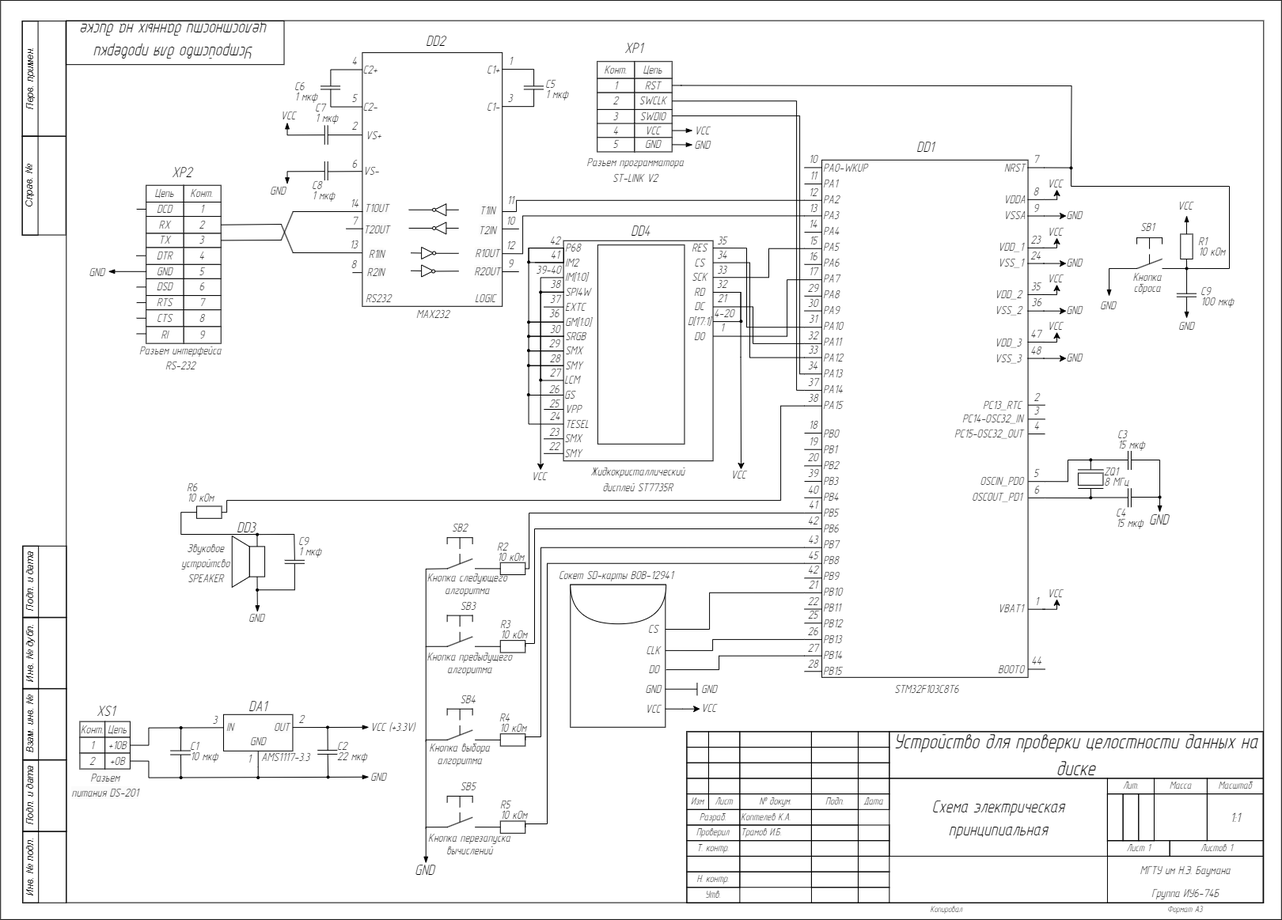
The draw.io diagram scheme/image/principial_scheme.drawio.png in kiryuha21/KoptelevKA.ICS6-74B.2023, before a commit. Source tidied: cells renumbered, new cells last; positions are measured from the earlier drawing's top-left corner, leaving out a move shared by most shapes.
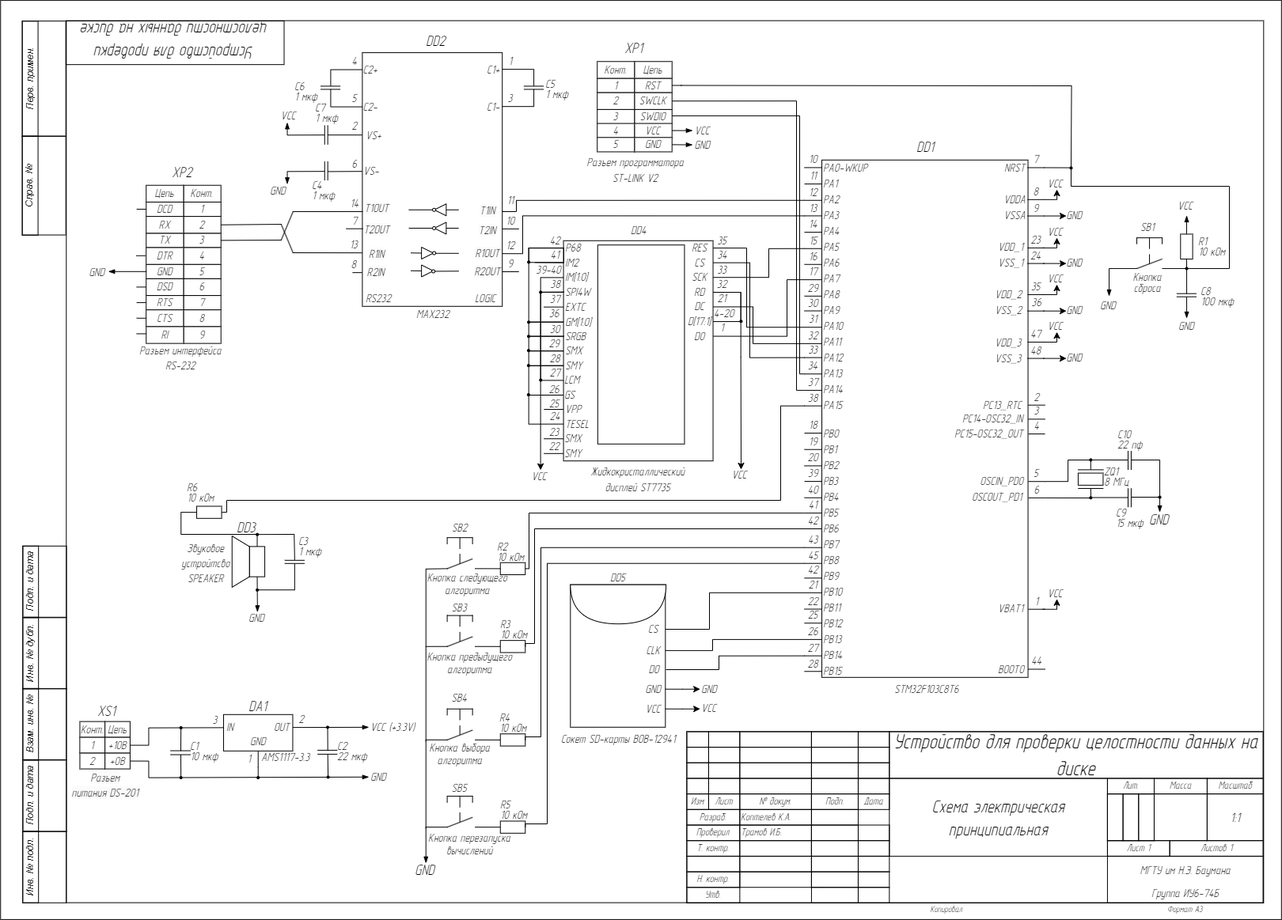
Later version of the same file.

What changed in the source:
```diff
@@ -365,10 +365,10 @@
     <mxCell id="102" style="ellipse;whiteSpace=wrap;html=1;fillColor=#000000;fontStyle=2;" parent="1" vertex="1">
       <mxGeometry x="1498.6" y="626.5" width="3" height="3" as="geometry" />
     </mxCell>
-    <mxCell id="103" value="&lt;p style=&quot;line-height: 80%;&quot;&gt;&lt;i&gt;&lt;font face=&quot;GOSTRUS Type A&quot;&gt;&lt;font style=&quot;font-size: 16px;&quot;&gt;C3&lt;/font&gt;&lt;br&gt;15 мкф&lt;/font&gt;&lt;/i&gt;&lt;/p&gt;" style="text;html=1;strokeColor=none;fillColor=none;align=left;verticalAlign=middle;whiteSpace=wrap;rounded=0;fontSize=16;fontFamily=GOSTRUS Type A;" parent="1" vertex="1">
-      <mxGeometry x="1445.1" y="540.8" width="36.6" height="27.6" as="geometry" />
+    <mxCell id="103" value="&lt;p style=&quot;line-height: 80%;&quot;&gt;&lt;i&gt;&lt;font face=&quot;GOSTRUS Type A&quot;&gt;&lt;font style=&quot;font-size: 16px;&quot;&gt;C10&lt;/font&gt;&lt;br&gt;22 пф&lt;/font&gt;&lt;/i&gt;&lt;/p&gt;" style="text;html=1;strokeColor=none;fillColor=none;align=left;verticalAlign=middle;whiteSpace=wrap;rounded=0;fontSize=16;fontFamily=GOSTRUS Type A;" parent="1" vertex="1">
+      <mxGeometry x="1445.1" y="540.8" width="40.9" height="27.6" as="geometry" />
     </mxCell>
-    <mxCell id="104" value="&lt;p style=&quot;line-height: 80%;&quot;&gt;&lt;i&gt;&lt;font face=&quot;GOSTRUS Type A&quot;&gt;&lt;font style=&quot;font-size: 16px;&quot;&gt;C4&lt;/font&gt;&lt;br&gt;15 мкф&lt;/font&gt;&lt;/i&gt;&lt;/p&gt;" style="text;html=1;strokeColor=none;fillColor=none;align=left;verticalAlign=middle;whiteSpace=wrap;rounded=0;fontSize=16;fontFamily=GOSTRUS Type A;" parent="1" vertex="1">
+    <mxCell id="104" value="&lt;p style=&quot;line-height: 80%;&quot;&gt;&lt;i&gt;&lt;font face=&quot;GOSTRUS Type A&quot;&gt;&lt;font style=&quot;font-size: 16px;&quot;&gt;C9&lt;/font&gt;&lt;br&gt;15 мкф&lt;/font&gt;&lt;/i&gt;&lt;/p&gt;" style="text;html=1;strokeColor=none;fillColor=none;align=left;verticalAlign=middle;whiteSpace=wrap;rounded=0;fontSize=16;fontFamily=GOSTRUS Type A;" parent="1" vertex="1">
       <mxGeometry x="1442.8" y="640.5" width="42.4" height="27.6" as="geometry" />
     </mxCell>
     <mxCell id="105" value="&lt;p style=&quot;line-height: 80%;&quot;&gt;&lt;i&gt;&lt;font face=&quot;GOSTRUS Type A&quot;&gt;&lt;span style=&quot;font-size: 16px;&quot;&gt;ZQ1&lt;/span&gt;&lt;br&gt;8 МГц&lt;/font&gt;&lt;/i&gt;&lt;/p&gt;" style="text;html=1;strokeColor=none;fillColor=none;align=left;verticalAlign=middle;whiteSpace=wrap;rounded=0;fontSize=16;fontFamily=GOSTRUS Type A;" parent="1" vertex="1">
@@ -1101,7 +1101,7 @@
     <mxCell id="298" value="&lt;div style=&quot;line-height: 100%;&quot;&gt;&lt;font size=&quot;1&quot; face=&quot;GOSTRUS Type A&quot;&gt;&lt;span style=&quot;font-size: 16px;&quot;&gt;Кнопка сброса&lt;/span&gt;&lt;/font&gt;&lt;/div&gt;" style="text;whiteSpace=wrap;html=1;align=center;fontStyle=2;" parent="277" vertex="1">
       <mxGeometry x="56.1" y="94.9" width="35.4" height="32.3" as="geometry" />
     </mxCell>
-    <mxCell id="299" value="&lt;p style=&quot;line-height: 80%;&quot;&gt;&lt;i&gt;&lt;font face=&quot;GOSTRUS Type A&quot;&gt;&lt;font style=&quot;font-size: 16px;&quot;&gt;C9&lt;/font&gt;&lt;br&gt;100 мкф&lt;/font&gt;&lt;/i&gt;&lt;/p&gt;" style="text;html=1;strokeColor=none;fillColor=none;align=left;verticalAlign=middle;whiteSpace=wrap;rounded=0;fontSize=16;fontFamily=GOSTRUS Type A;" parent="277" vertex="1">
+    <mxCell id="299" value="&lt;p style=&quot;line-height: 80%;&quot;&gt;&lt;i&gt;&lt;font face=&quot;GOSTRUS Type A&quot;&gt;&lt;font style=&quot;font-size: 16px;&quot;&gt;C8&lt;/font&gt;&lt;br&gt;100 мкф&lt;/font&gt;&lt;/i&gt;&lt;/p&gt;" style="text;html=1;strokeColor=none;fillColor=none;align=left;verticalAlign=middle;whiteSpace=wrap;rounded=0;fontSize=16;fontFamily=GOSTRUS Type A;" parent="277" vertex="1">
       <mxGeometry x="138.4" y="118.1" width="50.5" height="27.6" as="geometry" />
     </mxCell>
     <mxCell id="300" value="&lt;p style=&quot;line-height: 80%;&quot;&gt;&lt;i&gt;&lt;font face=&quot;GOSTRUS Type A&quot;&gt;&lt;font style=&quot;font-size: 16px;&quot;&gt;R1&lt;/font&gt;&lt;br&gt;10 кОм&lt;/font&gt;&lt;/i&gt;&lt;/p&gt;" style="text;html=1;strokeColor=none;fillColor=none;align=left;verticalAlign=middle;whiteSpace=wrap;rounded=0;fontSize=16;fontFamily=GOSTRUS Type A;" parent="277" vertex="1">
@@ -1185,8 +1185,8 @@
         </Array>
       </mxGeometry>
     </mxCell>
-    <mxCell id="315" value="&lt;font style=&quot;font-size: 16px;&quot; face=&quot;GOSTRUS Type A&quot;&gt;SB3&lt;/font&gt;" style="text;html=1;strokeColor=none;fillColor=none;align=center;verticalAlign=middle;whiteSpace=wrap;rounded=0;fontStyle=2;fontSize=16;" parent="1" vertex="1">
-      <mxGeometry x="595.7" y="751" width="60" height="30" as="geometry" />
+    <mxCell id="315" value="&lt;font style=&quot;font-size: 16px;&quot; face=&quot;GOSTRUS Type A&quot;&gt;SB3&lt;/font&gt;" style="text;html=1;strokeColor=none;fillColor=none;align=center;verticalAlign=middle;whiteSpace=wrap;rounded=0;fontStyle=2;fontSize=16;fontFamily=GOSTRUS Type A;" parent="1" vertex="1">
+      <mxGeometry x="603" y="760.3" width="24.2" height="15.2" as="geometry" />
     </mxCell>
     <mxCell id="316" style="endArrow=none;html=1;rounded=0;fontStyle=2;" parent="1" edge="1">
       <mxGeometry relative="1" as="geometry">
@@ -1311,8 +1311,8 @@
         </Array>
       </mxGeometry>
     </mxCell>
-    <mxCell id="336" value="&lt;font style=&quot;font-size: 16px;&quot; face=&quot;GOSTRUS Type A&quot;&gt;SB4&lt;/font&gt;" style="text;html=1;strokeColor=none;fillColor=none;align=center;verticalAlign=middle;whiteSpace=wrap;rounded=0;fontStyle=2;fontSize=16;" parent="1" vertex="1">
-      <mxGeometry x="595.7" y="869.1" width="60" height="30" as="geometry" />
+    <mxCell id="336" value="&lt;font style=&quot;font-size: 16px;&quot; face=&quot;GOSTRUS Type A&quot;&gt;SB4&lt;/font&gt;" style="text;html=1;strokeColor=none;fillColor=none;align=center;verticalAlign=middle;whiteSpace=wrap;rounded=0;fontStyle=2;fontSize=16;fontFamily=GOSTRUS Type A;" parent="1" vertex="1">
+      <mxGeometry x="603" y="872.5" width="24.2" height="19.1" as="geometry" />
     </mxCell>
     <mxCell id="337" style="endArrow=none;html=1;rounded=0;fontStyle=2;" parent="1" edge="1">
       <mxGeometry relative="1" as="geometry">
@@ -1376,8 +1376,8 @@
         </Array>
       </mxGeometry>
     </mxCell>
-    <mxCell id="347" value="&lt;font style=&quot;font-size: 16px;&quot; face=&quot;GOSTRUS Type A&quot;&gt;SB5&lt;/font&gt;" style="text;html=1;strokeColor=none;fillColor=none;align=center;verticalAlign=middle;whiteSpace=wrap;rounded=0;fontStyle=2;fontSize=16;" parent="1" vertex="1">
-      <mxGeometry x="595.7" y="979.4" width="60" height="30" as="geometry" />
+    <mxCell id="347" value="&lt;font style=&quot;font-size: 16px;&quot; face=&quot;GOSTRUS Type A&quot;&gt;SB5&lt;/font&gt;" style="text;html=1;strokeColor=none;fillColor=none;align=center;verticalAlign=middle;whiteSpace=wrap;rounded=0;fontStyle=2;fontSize=16;fontFamily=GOSTRUS Type A;" parent="1" vertex="1">
+      <mxGeometry x="603" y="988" width="24.2" height="15.2" as="geometry" />
     </mxCell>
     <mxCell id="348" value="&lt;div style=&quot;line-height: 100%; font-size: 16px;&quot;&gt;&lt;font style=&quot;font-size: 16px;&quot;&gt;&lt;span style=&quot;font-size: 16px;&quot;&gt;Кнопка следующего алгоритма&lt;/span&gt;&lt;/font&gt;&lt;/div&gt;" style="text;whiteSpace=wrap;html=1;align=center;fontStyle=2;verticalAlign=middle;fontFamily=GOSTRUS Type A;fontSize=16;" parent="1" vertex="1">
       <mxGeometry x="569.7" y="720.4" width="110.2" height="32.3" as="geometry" />
@@ -1541,7 +1541,7 @@
         <mxPoint x="132.6" y="99.2" as="targetPoint" />
       </mxGeometry>
     </mxCell>
-    <mxCell id="388" value="&lt;p style=&quot;line-height: 80%;&quot;&gt;&lt;i&gt;&lt;font face=&quot;GOSTRUS Type A&quot;&gt;&lt;font style=&quot;font-size: 16px;&quot;&gt;C9&lt;/font&gt;&lt;br&gt;1 мкф&lt;/font&gt;&lt;/i&gt;&lt;/p&gt;" style="text;html=1;strokeColor=none;fillColor=none;align=left;verticalAlign=middle;whiteSpace=wrap;rounded=0;fontSize=16;fontFamily=GOSTRUS Type A;" parent="378" vertex="1">
+    <mxCell id="388" value="&lt;p style=&quot;line-height: 80%;&quot;&gt;&lt;i&gt;&lt;font face=&quot;GOSTRUS Type A&quot;&gt;&lt;font style=&quot;font-size: 16px;&quot;&gt;C3&lt;/font&gt;&lt;br&gt;1 мкф&lt;/font&gt;&lt;/i&gt;&lt;/p&gt;" style="text;html=1;strokeColor=none;fillColor=none;align=left;verticalAlign=middle;whiteSpace=wrap;rounded=0;fontSize=16;fontFamily=GOSTRUS Type A;" parent="378" vertex="1">
       <mxGeometry x="148.8" y="64" width="32.3" height="27.6" as="geometry" />
     </mxCell>
     <mxCell id="389" style="endArrow=none;html=1;rounded=0;" parent="378" edge="1">
@@ -1993,7 +1993,7 @@
     <mxCell id="498" value="&lt;p style=&quot;line-height: 80%;&quot;&gt;&lt;i&gt;&lt;font face=&quot;GOSTRUS Type A&quot;&gt;&lt;font style=&quot;font-size: 16px;&quot;&gt;C7&lt;/font&gt;&lt;br&gt;1 мкф&lt;/font&gt;&lt;/i&gt;&lt;/p&gt;" style="text;html=1;strokeColor=none;fillColor=none;align=left;verticalAlign=middle;whiteSpace=wrap;rounded=0;fontSize=16;fontFamily=GOSTRUS Type A;" parent="396" vertex="1">
       <mxGeometry x="285.7" y="87.6" width="35.2" height="27.6" as="geometry" />
     </mxCell>
-    <mxCell id="499" value="&lt;p style=&quot;line-height: 80%;&quot;&gt;&lt;i&gt;&lt;font face=&quot;GOSTRUS Type A&quot;&gt;&lt;font style=&quot;font-size: 16px;&quot;&gt;C8&lt;/font&gt;&lt;br&gt;1 мкф&lt;/font&gt;&lt;/i&gt;&lt;/p&gt;" style="text;html=1;strokeColor=none;fillColor=none;align=left;verticalAlign=middle;whiteSpace=wrap;rounded=0;fontSize=16;fontFamily=GOSTRUS Type A;" parent="396" vertex="1">
+    <mxCell id="499" value="&lt;p style=&quot;line-height: 80%;&quot;&gt;&lt;i&gt;&lt;font face=&quot;GOSTRUS Type A&quot;&gt;&lt;font style=&quot;font-size: 16px;&quot;&gt;C4&lt;/font&gt;&lt;br&gt;1 мкф&lt;/font&gt;&lt;/i&gt;&lt;/p&gt;" style="text;html=1;strokeColor=none;fillColor=none;align=left;verticalAlign=middle;whiteSpace=wrap;rounded=0;fontSize=16;fontFamily=GOSTRUS Type A;" parent="396" vertex="1">
       <mxGeometry x="281.7" y="184.7" width="33.2" height="27.6" as="geometry" />
     </mxCell>
     <mxCell id="500" value="&lt;div style=&quot;text-align: center;&quot;&gt;&lt;span style=&quot;background-color: initial;&quot;&gt;&lt;font size=&quot;1&quot; style=&quot;&quot; face=&quot;GOSTRUS Type A&quot;&gt;&lt;i style=&quot;font-size: 16px;&quot;&gt;LOGIC&lt;/i&gt;&lt;/font&gt;&lt;/span&gt;&lt;/div&gt;" style="text;whiteSpace=wrap;html=1;verticalAlign=middle;" parent="396" vertex="1">
@@ -2040,7 +2040,7 @@
     <mxCell id="509" style="group;" parent="1" vertex="1">
       <mxGeometry x="702.6" y="281.9" width="291.3" height="342.5" as="geometry" />
     </mxCell>
-    <mxCell id="510" value="&lt;font face=&quot;GOSTRUS Type A&quot;&gt;&lt;span style=&quot;font-size: 16px;&quot;&gt;&lt;i&gt;Жидкокристаллический дисплей ST7735R&lt;/i&gt;&lt;/span&gt;&lt;/font&gt;" style="text;html=1;strokeColor=none;fillColor=none;align=center;verticalAlign=middle;whiteSpace=wrap;rounded=0;" parent="509" vertex="1">
+    <mxCell id="510" value="&lt;font face=&quot;GOSTRUS Type A&quot;&gt;&lt;span style=&quot;font-size: 16px;&quot;&gt;&lt;i&gt;Жидкокристаллический дисплей ST7735&lt;/i&gt;&lt;/span&gt;&lt;/font&gt;" style="text;html=1;strokeColor=none;fillColor=none;align=center;verticalAlign=middle;whiteSpace=wrap;rounded=0;" parent="509" vertex="1">
       <mxGeometry x="75.8" y="305.9" width="125.3" height="36.6" as="geometry" />
     </mxCell>
     <mxCell id="511" value="&lt;font face=&quot;GOSTRUS Type A&quot; style=&quot;font-size: 16px;&quot;&gt;&lt;i&gt;VCC&lt;/i&gt;&lt;/font&gt;" style="text;html=1;strokeColor=none;fillColor=none;align=center;verticalAlign=middle;whiteSpace=wrap;rounded=0;" parent="509" vertex="1">
@@ -2140,7 +2140,7 @@
     <mxCell id="533" style="rounded=0;whiteSpace=wrap;html=1;fillColor=none;" parent="509" vertex="1">
       <mxGeometry x="87.3" y="27.3" width="109.6" height="251.6" as="geometry" />
     </mxCell>
-    <mxCell id="534" value="&lt;font size=&quot;1&quot; face=&quot;GOSTRUS Type A&quot;&gt;&lt;i style=&quot;font-size: 20px;&quot;&gt;DD4&lt;/i&gt;&lt;/font&gt;" style="text;html=1;strokeColor=none;fillColor=none;align=left;verticalAlign=middle;whiteSpace=wrap;rounded=0;" parent="509" vertex="1">
+    <mxCell id="534" value="&lt;font style=&quot;font-size: 16px;&quot;&gt;&lt;i style=&quot;font-size: 16px;&quot;&gt;DD4&lt;/i&gt;&lt;/font&gt;" style="text;html=1;strokeColor=none;fillColor=none;align=left;verticalAlign=middle;whiteSpace=wrap;rounded=0;fontFamily=GOSTRUS Type A;fontSize=16;" parent="509" vertex="1">
       <mxGeometry x="127.8" width="23.6" height="18.3" as="geometry" />
     </mxCell>
     <mxCell id="535" value="&lt;font face=&quot;GOSTRUS Type A&quot;&gt;&lt;span style=&quot;font-size: 16px;&quot;&gt;&lt;i&gt;35&lt;/i&gt;&lt;/span&gt;&lt;/font&gt;" style="text;html=1;strokeColor=none;fillColor=none;align=center;verticalAlign=middle;whiteSpace=wrap;rounded=0;" parent="509" vertex="1">
@@ -2440,8 +2440,8 @@
     <mxCell id="609" style="ellipse;whiteSpace=wrap;html=1;fillColor=#000000;fontStyle=2;" parent="584" vertex="1">
       <mxGeometry x="137.8" y="37.7" width="3" height="3" as="geometry" />
     </mxCell>
-    <mxCell id="610" value="&lt;i style=&quot;border-color: var(--border-color); font-family: &amp;quot;GOSTRUS Type A&amp;quot;;&quot;&gt;&lt;font style=&quot;font-size: 20px;&quot;&gt;XS1&lt;/font&gt;&lt;/i&gt;" style="text;whiteSpace=wrap;html=1;" parent="584" vertex="1">
-      <mxGeometry x="31.5" width="23.6" height="23.6" as="geometry" />
+    <mxCell id="610" value="&lt;i style=&quot;border-color: var(--border-color); font-family: &amp;quot;GOSTRUS Type A&amp;quot;;&quot;&gt;&lt;font style=&quot;font-size: 20px;&quot;&gt;XS1&lt;/font&gt;&lt;/i&gt;" style="text;whiteSpace=wrap;html=1;fontSize=16;fontFamily=GOSTRUS Type A;align=center;verticalAlign=middle;rounded=0;fontStyle=2;" parent="584" vertex="1">
+      <mxGeometry x="31.5" y="3.7" width="27.6" height="27.6" as="geometry" />
     </mxCell>
     <mxCell id="611" value="&lt;i style=&quot;border-color: var(--border-color); color: rgb(0, 0, 0); font-variant-ligatures: normal; font-variant-caps: normal; font-weight: 400; letter-spacing: normal; orphans: 2; text-indent: 0px; text-transform: none; widows: 2; word-spacing: 0px; -webkit-text-stroke-width: 0px; background-color: rgb(251, 251, 251); text-decoration-thickness: initial; text-decoration-style: initial; text-decoration-color: initial; font-family: &amp;quot;GOSTRUS Type A&amp;quot;; font-size: 16px;&quot;&gt;&lt;font style=&quot;font-size: 16px;&quot;&gt;Разъем&lt;br&gt;питания DS-201&lt;/font&gt;&lt;/i&gt;" style="text;whiteSpace=wrap;html=1;align=center;" parent="584" vertex="1">
       <mxGeometry y="86.7" width="86.6" height="40" as="geometry" />
@@ -2479,7 +2479,7 @@
       <mxGeometry x="969.4" y="404.2" width="3" height="3" as="geometry" />
     </mxCell>
     <mxCell id="622" value="Сокет SD-карты BOB-12941" style="text;html=1;strokeColor=none;fillColor=none;align=center;verticalAlign=middle;whiteSpace=wrap;rounded=0;fontStyle=2;fontSize=16;fontFamily=GOSTRUS Type A;" parent="1" vertex="1">
-      <mxGeometry x="738.8" y="712.1" width="148.1" height="30" as="geometry" />
+      <mxGeometry x="741.7" y="918.8" width="148.1" height="30" as="geometry" />
     </mxCell>
     <mxCell id="623" style="group;" parent="1" vertex="1">
       <mxGeometry x="755.3" y="738.6" width="120.8" height="180.2" as="geometry" />
@@ -2496,11 +2496,11 @@
     <mxCell id="627" value="DO" style="text;html=1;strokeColor=none;fillColor=none;align=center;verticalAlign=middle;whiteSpace=wrap;rounded=0;fontStyle=2;fontSize=16;fontFamily=GOSTRUS Type A;" parent="623" vertex="1">
       <mxGeometry x="89.3" y="95.6" width="31.5" height="23.9" as="geometry" />
     </mxCell>
-    <mxCell id="628" style="edgeStyle=orthogonalEdgeStyle;rounded=0;jettySize=auto;html=1;exitX=1;exitY=0.5;exitDx=0;exitDy=0;endArrow=none;endFill=0;" parent="623" edge="1" source="629">
-      <mxGeometry relative="1" as="geometry">
-        <mxPoint x="159.9" y="132" as="targetPoint" />
-      </mxGeometry>
-    </mxCell>
+    <mxCell id="636" style="edgeStyle=orthogonalEdgeStyle;rounded=0;jettySize=auto;html=1;exitX=1;exitY=0.5;exitDx=0;exitDy=0;" parent="623" edge="1" source="629">
+      <mxGeometry relative="1" as="geometry">
+        <mxPoint x="163.8" y="132" as="targetPoint" />
+      </mxGeometry>
+    </mxCell>
     <mxCell id="629" value="GND" style="text;html=1;strokeColor=none;fillColor=none;align=center;verticalAlign=middle;whiteSpace=wrap;rounded=0;fontStyle=2;fontSize=16;fontFamily=GOSTRUS Type A;" parent="623" vertex="1">
       <mxGeometry x="88.5" y="119.5" width="31.5" height="25" as="geometry" />
     </mxCell>
@@ -2515,17 +2515,14 @@
     <mxCell id="632" value="VCC" style="text;html=1;strokeColor=none;fillColor=none;align=center;verticalAlign=middle;whiteSpace=wrap;rounded=0;fontStyle=2;fontSize=16;fontFamily=GOSTRUS Type A;" parent="623" vertex="1">
       <mxGeometry x="88.5" y="144.5" width="31.5" height="25" as="geometry" />
     </mxCell>
-    <mxCell id="633" style="endArrow=none;html=1;rounded=0;fontStyle=2;" parent="1" edge="1">
-      <mxGeometry relative="1" as="geometry">
-        <mxPoint x="915.4" y="878.7" as="sourcePoint" />
-        <mxPoint x="915.4" y="862.7" as="targetPoint" />
-      </mxGeometry>
-    </mxCell>
     <mxCell id="634" value="&lt;div style=&quot;text-align: center; font-size: 16px;&quot;&gt;&lt;font style=&quot;font-size: 16px;&quot;&gt;&lt;span style=&quot;font-size: 16px;&quot;&gt;&lt;span style=&quot;font-size: 16px;&quot;&gt;GND&lt;/span&gt;&lt;/span&gt;&lt;/font&gt;&lt;/div&gt;" style="text;whiteSpace=wrap;html=1;fontStyle=2;verticalAlign=middle;fontFamily=GOSTRUS Type A;fontSize=16;" parent="1" vertex="1">
       <mxGeometry x="919.1" y="862.5" width="27.6" height="16" as="geometry" />
     </mxCell>
     <mxCell id="635" value="&lt;div style=&quot;text-align: center; font-size: 16px;&quot;&gt;&lt;font style=&quot;font-size: 16px;&quot;&gt;&lt;span style=&quot;font-size: 16px;&quot;&gt;&lt;span style=&quot;font-size: 16px;&quot;&gt;VCC&lt;/span&gt;&lt;/span&gt;&lt;/font&gt;&lt;/div&gt;" style="text;whiteSpace=wrap;html=1;fontStyle=2;verticalAlign=middle;fontFamily=GOSTRUS Type A;fontSize=16;" parent="1" vertex="1">
       <mxGeometry x="919.1" y="887.4" width="27.6" height="16" as="geometry" />
     </mxCell>
+    <mxCell id="637" value="&lt;font style=&quot;font-size: 16px;&quot;&gt;&lt;i style=&quot;font-size: 16px;&quot;&gt;DD5&lt;/i&gt;&lt;/font&gt;" style="text;html=1;strokeColor=none;fillColor=none;align=left;verticalAlign=middle;whiteSpace=wrap;rounded=0;fontFamily=GOSTRUS Type A;fontSize=16;" parent="1" vertex="1">
+      <mxGeometry x="803.9" y="720.4" width="23.6" height="18.3" as="geometry" />
+    </mxCell>
   </root>
 </mxGraphModel>
```
